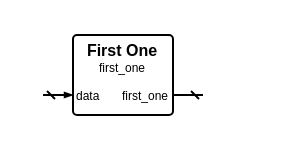
Above: sources/operations/first_one/first_one.symbol.drawio in Louis-DR/OmniCores-BuildingBlocks (draw.io), before the change. Source tidied: cells renumbered, new cells numbered last; positions are measured from the earlier drawing's top-left corner, leaving out a move shared by most shapes. Both pictures are drawn from the tidied source at 200%, with x=0, y=0 at pixel (42, 34).
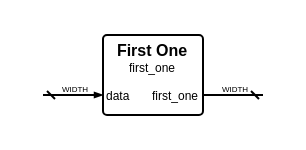
The same page after the edit.

Diff of the diagram source:
```diff
@@
 <mxGraphModel>
   <root>
     <mxCell id="0" />
     <mxCell id="1" parent="0" />
     <mxCell id="2" style="group;" parent="1" vertex="1">
-      <mxGeometry width="80" height="40" as="geometry" />
+      <mxGeometry width="110" height="40" as="geometry" />
     </mxCell>
     <mxCell id="3" style="rounded=1;arcSize=5;fillColor=none;strokeWidth=1;strokeColor=black;whiteSpace=wrap;html=1;" parent="2" vertex="1">
-      <mxGeometry x="15" width="50" height="40" as="geometry" />
+      <mxGeometry x="30" width="50" height="40" as="geometry" />
     </mxCell>
     <mxCell id="4" value="First One" style="text;html=1;align=center;verticalAlign=middle;whiteSpace=wrap;rounded=0;fontSize=8;fontStyle=1;fontColor=black;" parent="2" vertex="1">
-      <mxGeometry x="15" y="7" width="50" as="geometry" />
+      <mxGeometry x="30" y="7" width="50" as="geometry" />
     </mxCell>
     <mxCell id="5" value="first_one" style="text;html=1;align=center;verticalAlign=middle;whiteSpace=wrap;rounded=0;fontSize=6;fontStyle=0;fontColor=black;" parent="2" vertex="1">
-      <mxGeometry x="15" y="16" width="50" as="geometry" />
+      <mxGeometry x="30" y="16" width="50" as="geometry" />
     </mxCell>
     <mxCell id="6" value="data" style="text;html=1;align=left;verticalAlign=middle;whiteSpace=wrap;rounded=0;fontSize=6;fontStyle=0;fontColor=black;" parent="2" vertex="1">
-      <mxGeometry x="15" y="30" width="50" as="geometry" />
+      <mxGeometry x="30" y="30" width="50" as="geometry" />
     </mxCell>
     <mxCell id="7" style="html=1;rounded=1;strokeWidth=1;strokeColor=black;startFill=0;startSize=2;startArrow=dash;endFill=1;endSize=2;endArrow=blockThin;sourcePerimeterSpacing=0;" parent="2" edge="1">
       <mxGeometry relative="1" as="geometry">
         <mxPoint y="30" as="sourcePoint" />
-        <mxPoint x="15" y="30" as="targetPoint" />
+        <mxPoint x="30" y="30" as="targetPoint" />
       </mxGeometry>
     </mxCell>
+    <mxCell id="10" value="WIDTH" style="text;html=1;align=center;verticalAlign=middle;whiteSpace=nowrap;rounded=0;fontSize=4;fontStyle=0;fontColor=black;" parent="2" vertex="1">
+      <mxGeometry x="15" y="27" as="geometry" />
+    </mxCell>
     <mxCell id="8" value="first_one" style="text;html=1;align=right;verticalAlign=middle;whiteSpace=wrap;rounded=0;fontSize=6;fontStyle=0;fontColor=black;" parent="2" vertex="1">
-      <mxGeometry x="15" y="30" width="50" as="geometry" />
+      <mxGeometry x="30" y="30" width="50" as="geometry" />
     </mxCell>
     <mxCell id="9" style="html=1;rounded=1;strokeWidth=1;strokeColor=black;startFill=0;startSize=2;startArrow=dash;endFill=1;endSize=2;endArrow=none;sourcePerimeterSpacing=0;" parent="2" edge="1">
       <mxGeometry relative="1" as="geometry">
-        <mxPoint x="80" y="30" as="sourcePoint" />
-        <mxPoint x="65" y="30" as="targetPoint" />
+        <mxPoint x="110" y="30" as="sourcePoint" />
+        <mxPoint x="80" y="30" as="targetPoint" />
       </mxGeometry>
     </mxCell>
+    <mxCell id="11" value="WIDTH" style="text;html=1;align=center;verticalAlign=middle;whiteSpace=nowrap;rounded=0;fontSize=4;fontStyle=0;fontColor=black;" parent="2" vertex="1">
+      <mxGeometry x="95" y="27" as="geometry" />
+    </mxCell>
   </root>
 </mxGraphModel>
```
